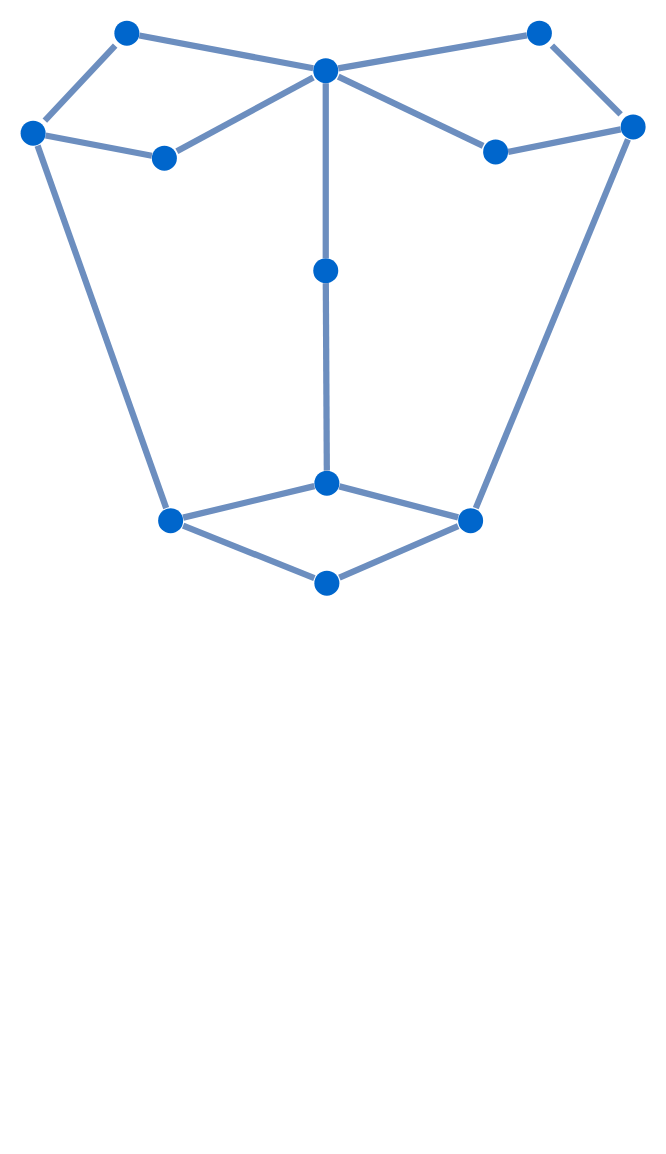
The draw.io diagram page "Page-5" (5 of 7) of FG_example.drawio in 1009351456/Anonymous, before the edit. Source tidied: cells renumbered, new cells numbered last; positions are measured from the earlier drawing's top-left corner, leaving out a move shared by most shapes. Both pictures are drawn from the tidied source at 125%, with x=0, y=0 at pixel (20, 20).
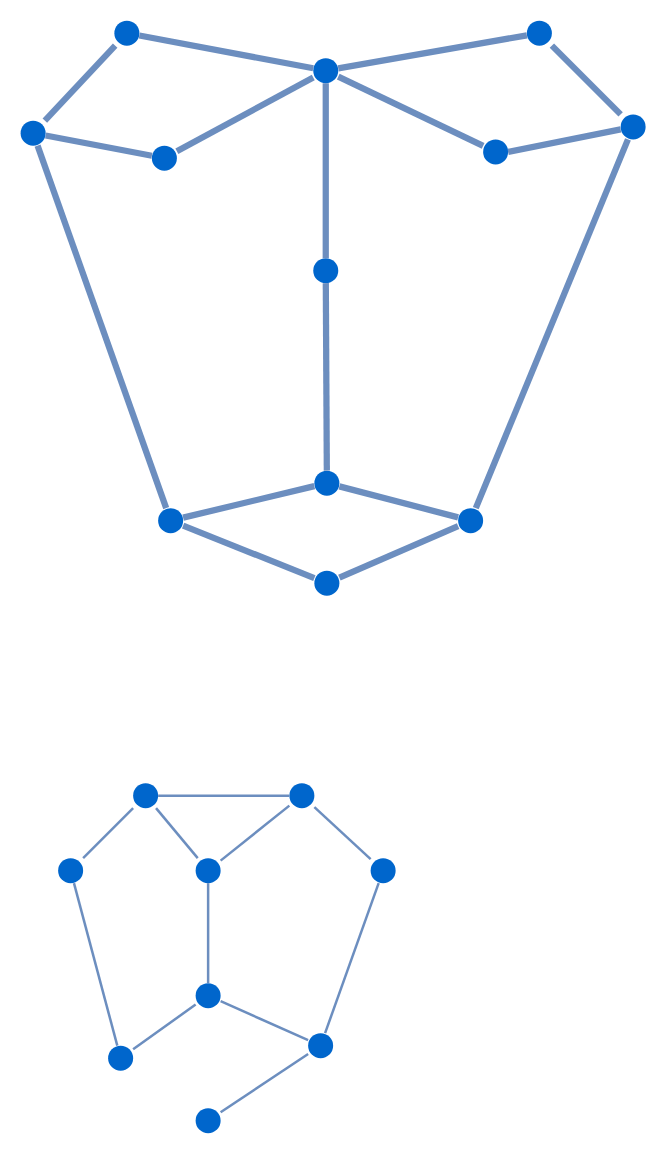
Above is the later version.

What changed in the source:
```diff
@@
+    <mxCell id="30" style="shape=ellipse;fillColor=#0066CC;strokeColor=none;html=1;" parent="1" vertex="1">
+      <mxGeometry x="30" y="670" width="20" height="20" as="geometry" />
+    </mxCell>
+    <mxCell id="31" style="shape=ellipse;fillColor=#0066CC;strokeColor=none;html=1;" parent="1" vertex="1">
+      <mxGeometry x="90" y="610" width="20" height="20" as="geometry" />
+    </mxCell>
+    <mxCell id="32" style="shape=ellipse;fillColor=#0066CC;strokeColor=none;html=1;" parent="1" vertex="1">
+      <mxGeometry x="140" y="670" width="20" height="20" as="geometry" />
+    </mxCell>
+    <mxCell id="33" style="shape=ellipse;fillColor=#0066CC;strokeColor=none;html=1;" parent="1" vertex="1">
+      <mxGeometry x="215" y="610" width="20" height="20" as="geometry" />
+    </mxCell>
+    <mxCell id="34" style="shape=ellipse;fillColor=#0066CC;strokeColor=none;html=1;" parent="1" vertex="1">
+      <mxGeometry x="280" y="670" width="20" height="20" as="geometry" />
+    </mxCell>
+    <mxCell id="35" style="shape=ellipse;fillColor=#0066CC;strokeColor=none;html=1;" parent="1" vertex="1">
+      <mxGeometry x="140" y="770" width="20" height="20" as="geometry" />
+    </mxCell>
+    <mxCell id="36" style="shape=ellipse;fillColor=#0066CC;strokeColor=none;html=1;" parent="1" vertex="1">
+      <mxGeometry x="70" y="820" width="20" height="20" as="geometry" />
+    </mxCell>
+    <mxCell id="37" style="shape=ellipse;fillColor=#0066CC;strokeColor=none;html=1;" parent="1" vertex="1">
+      <mxGeometry x="230" y="810" width="20" height="20" as="geometry" />
+    </mxCell>
+    <mxCell id="38" style="shape=ellipse;fillColor=#0066CC;strokeColor=none;html=1;" parent="1" vertex="1">
+      <mxGeometry x="140" y="870" width="20" height="20" as="geometry" />
+    </mxCell>
+    <mxCell id="39" style="endArrow=none;html=1;fontSize=56;strokeWidth=2;fillColor=#dae8fc;strokeColor=#6c8ebf;" parent="1" edge="1" source="31" target="30">
+      <mxGeometry relative="1" as="geometry" />
+    </mxCell>
+    <mxCell id="40" style="endArrow=none;html=1;fontSize=56;strokeWidth=2;fillColor=#dae8fc;strokeColor=#6c8ebf;" parent="1" edge="1" source="33" target="31">
+      <mxGeometry relative="1" as="geometry" />
+    </mxCell>
+    <mxCell id="41" style="endArrow=none;html=1;fontSize=56;strokeWidth=2;fillColor=#dae8fc;strokeColor=#6c8ebf;" parent="1" edge="1" source="34" target="33">
+      <mxGeometry relative="1" as="geometry" />
+    </mxCell>
+    <mxCell id="42" style="endArrow=none;html=1;fontSize=56;strokeWidth=2;fillColor=#dae8fc;strokeColor=#6c8ebf;" parent="1" edge="1" source="32" target="33">
+      <mxGeometry relative="1" as="geometry" />
+    </mxCell>
+    <mxCell id="43" style="endArrow=none;html=1;fontSize=56;strokeWidth=2;fillColor=#dae8fc;strokeColor=#6c8ebf;" parent="1" edge="1" source="31" target="32">
+      <mxGeometry relative="1" as="geometry" />
+    </mxCell>
+    <mxCell id="44" style="endArrow=none;html=1;fontSize=56;strokeWidth=2;fillColor=#dae8fc;strokeColor=#6c8ebf;" parent="1" edge="1" source="32" target="35">
+      <mxGeometry relative="1" as="geometry" />
+    </mxCell>
+    <mxCell id="45" style="endArrow=none;html=1;fontSize=56;strokeWidth=2;fillColor=#dae8fc;strokeColor=#6c8ebf;" parent="1" edge="1" source="37" target="35">
+      <mxGeometry relative="1" as="geometry" />
+    </mxCell>
+    <mxCell id="46" style="endArrow=none;html=1;fontSize=56;strokeWidth=2;fillColor=#dae8fc;strokeColor=#6c8ebf;" parent="1" edge="1" source="38" target="37">
+      <mxGeometry relative="1" as="geometry" />
+    </mxCell>
+    <mxCell id="47" style="endArrow=none;html=1;fontSize=56;strokeWidth=2;fillColor=#dae8fc;strokeColor=#6c8ebf;" parent="1" edge="1" source="35" target="36">
+      <mxGeometry relative="1" as="geometry" />
+    </mxCell>
+    <mxCell id="48" style="endArrow=none;html=1;fontSize=56;strokeWidth=2;fillColor=#dae8fc;strokeColor=#6c8ebf;" parent="1" edge="1" source="30" target="36">
+      <mxGeometry relative="1" as="geometry" />
+    </mxCell>
+    <mxCell id="49" style="endArrow=none;html=1;fontSize=56;strokeWidth=2;fillColor=#dae8fc;strokeColor=#6c8ebf;" parent="1" edge="1" source="34" target="37">
+      <mxGeometry relative="1" as="geometry" />
+    </mxCell>
```
